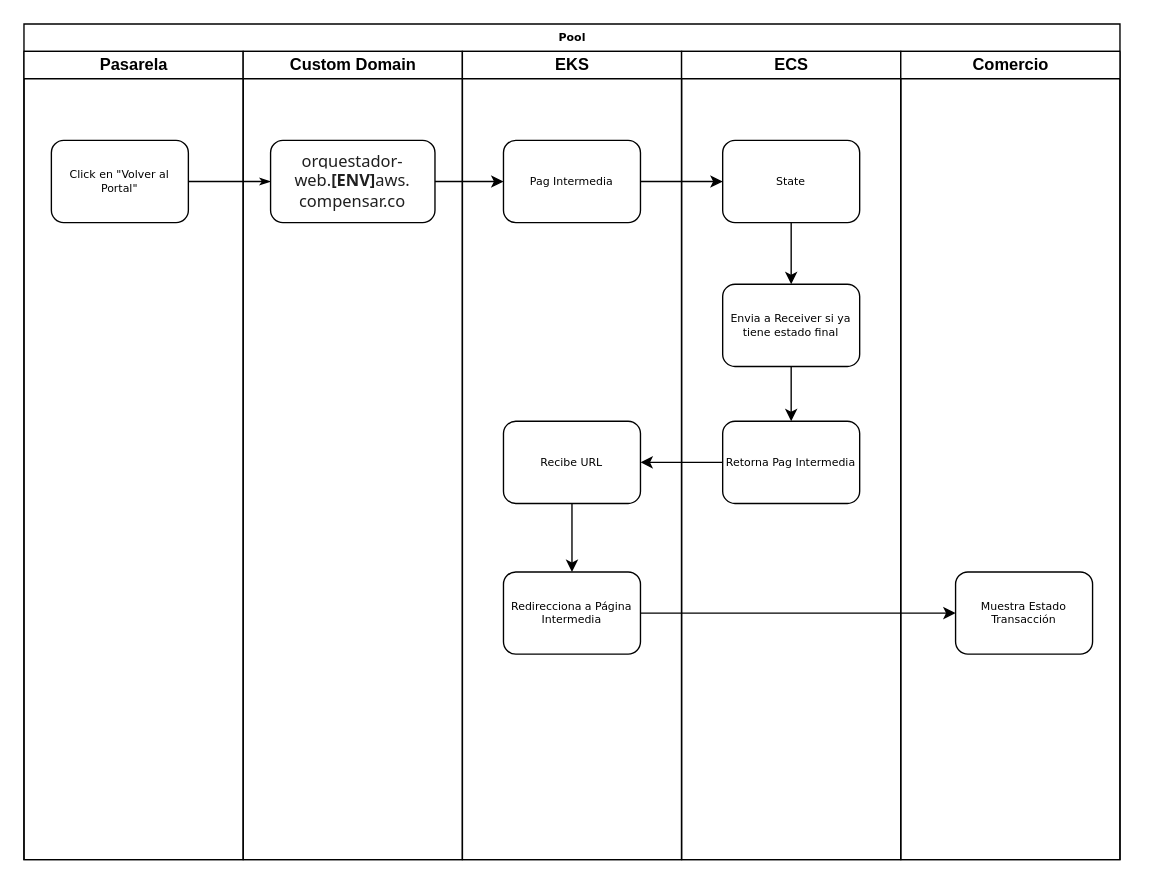
carlosvalderrama1204/diagrams keeps this draw.io diagram as page "ASIS" (1 of 2) of PagIntermedia.drawio. Above is the earlier version. Source tidied: cells renumbered, new cells numbered last; positions are measured from the earlier drawing's top-left corner, leaving out a move shared by most shapes. Both pictures are drawn from the tidied source at 137%, with x=0, y=0 at pixel (23, 23).
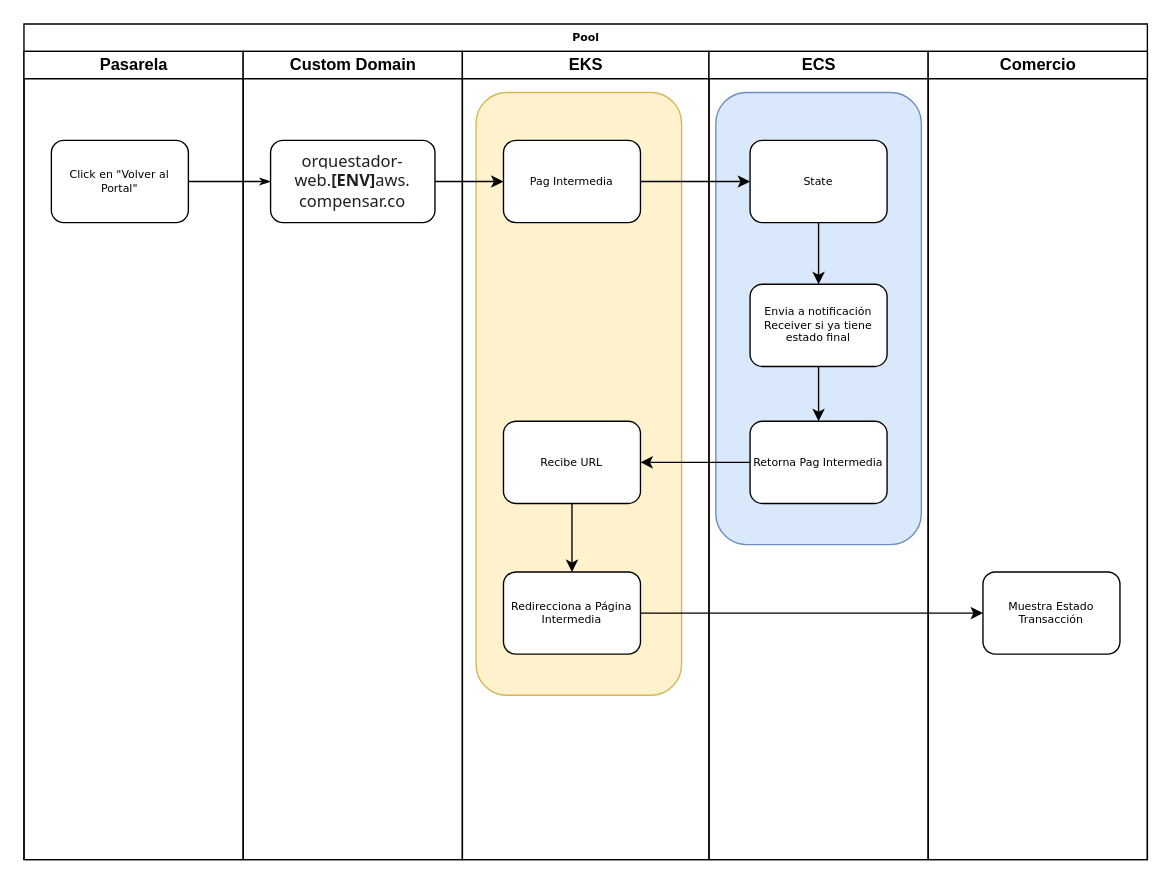
The same page after the edit.

The change refers to these unchanged cells:
```xml
<mxCell id="18" value="State" style="rounded=1;whiteSpace=wrap;html=1;shadow=0;labelBackgroundColor=none;strokeWidth=1;fontFamily=Verdana;fontSize=8;align=center;" parent="13" vertex="1">
  <mxGeometry x="30" y="65" width="100" height="60" as="geometry" />
</mxCell>
```

What changed in the source:
```diff
@@
     <mxCell id="2" value="Pool" style="swimlane;html=1;startSize=20;rounded=0;shadow=0;labelBackgroundColor=none;strokeWidth=1;fontFamily=Verdana;fontSize=8;align=center;" parent="1" vertex="1">
-      <mxGeometry width="800" height="610" as="geometry" />
+      <mxGeometry width="820" height="610" as="geometry" />
     </mxCell>
@@
     <mxCell id="8" value="EKS" style="swimlane;html=1;startSize=20;" parent="2" vertex="1">
-      <mxGeometry x="320" y="20" width="160" height="590" as="geometry" />
+      <mxGeometry x="320" y="20" width="180" height="590" as="geometry" />
     </mxCell>
-    <mxCell id="9" value="Pag Intermedia" style="rounded=1;whiteSpace=wrap;html=1;shadow=0;labelBackgroundColor=none;strokeWidth=1;fontFamily=Verdana;fontSize=8;align=center;" parent="8" vertex="1">
-      <mxGeometry x="30" y="65" width="100" height="60" as="geometry" />
-    </mxCell>
+    <mxCell id="25" style="rounded=1;whiteSpace=wrap;html=1;shadow=0;labelBackgroundColor=none;strokeWidth=1;fontFamily=Verdana;fontSize=8;align=center;fillColor=#fff2cc;strokeColor=#d6b656;" parent="8" vertex="1">
+      <mxGeometry x="10" y="30" width="150" height="440" as="geometry" />
+    </mxCell>
@@
+    <mxCell id="9" value="Pag Intermedia" style="rounded=1;whiteSpace=wrap;html=1;shadow=0;labelBackgroundColor=none;strokeWidth=1;fontFamily=Verdana;fontSize=8;align=center;" parent="8" vertex="1">
+      <mxGeometry x="30" y="65" width="100" height="60" as="geometry" />
+    </mxCell>
     <mxCell id="13" value="ECS" style="swimlane;html=1;startSize=20;" parent="2" vertex="1">
-      <mxGeometry x="480" y="20" width="160" height="590" as="geometry" />
+      <mxGeometry x="500" y="20" width="160" height="590" as="geometry" />
     </mxCell>
+    <mxCell id="26" style="rounded=1;whiteSpace=wrap;html=1;shadow=0;labelBackgroundColor=none;strokeWidth=1;fontFamily=Verdana;fontSize=8;align=center;fillColor=#dae8fc;strokeColor=#6c8ebf;" parent="13" vertex="1">
+      <mxGeometry x="5" y="30" width="150" height="330" as="geometry" />
+    </mxCell>
@@
-    <mxCell id="15" value="Envia a Receiver si ya tiene estado final" style="rounded=1;whiteSpace=wrap;html=1;shadow=0;labelBackgroundColor=none;strokeWidth=1;fontFamily=Verdana;fontSize=8;align=center;" parent="13" vertex="1">
+    <mxCell id="15" value="Envia a notificación Receiver si ya tiene estado final" style="rounded=1;whiteSpace=wrap;html=1;shadow=0;labelBackgroundColor=none;strokeWidth=1;fontFamily=Verdana;fontSize=8;align=center;" parent="13" vertex="1">
       <mxGeometry x="30" y="170" width="100" height="60" as="geometry" />
     </mxCell>
@@
     <mxCell id="19" value="Comercio" style="swimlane;html=1;startSize=20;" parent="2" vertex="1">
-      <mxGeometry x="640" y="20" width="160" height="590" as="geometry" />
+      <mxGeometry x="660" y="20" width="160" height="590" as="geometry" />
     </mxCell>
@@
-    <mxCell id="22" style="edgeStyle=orthogonalEdgeStyle;rounded=0;jettySize=auto;html=1;entryX=0;entryY=0.5;entryDx=0;entryDy=0;" parent="2" edge="1" source="9" target="18">
-      <mxGeometry relative="1" as="geometry" />
-    </mxCell>
@@
+    <mxCell id="22" style="edgeStyle=orthogonalEdgeStyle;rounded=0;jettySize=auto;html=1;entryX=0;entryY=0.5;entryDx=0;entryDy=0;" parent="2" edge="1" source="9" target="18">
+      <mxGeometry relative="1" as="geometry" />
+    </mxCell>
```
